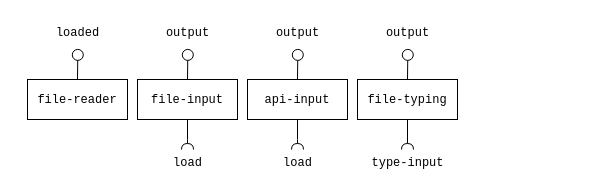
Above: modules/data/images/Data.drawio in mundorum-lab/datasci (draw.io), before the change. Source tidied: cells renumbered, new cells numbered last; positions are measured from the earlier drawing's top-left corner, leaving out a move shared by most shapes. Both pictures are drawn from the tidied source at 100%, with x=0, y=0 at pixel (17, 17).
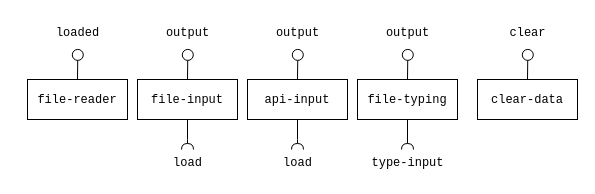
The same diagram, later.

Commit message (it also covers changes not shown here):
docs image clear-data component

The edit, as a diff of the source:
```diff
@@
+    <mxCell id="23" value="&lt;div&gt;&lt;font face=&quot;Courier New&quot;&gt;clear-data&lt;/font&gt;&lt;/div&gt;" style="rounded=0;whiteSpace=wrap;html=1;" parent="1" vertex="1">
+      <mxGeometry x="460" y="62" width="100" height="40" as="geometry" />
+    </mxCell>
+    <mxCell id="24" value="Text" style="text;html=1;strokeColor=none;fillColor=none;align=center;verticalAlign=middle;whiteSpace=wrap;rounded=0;fontColor=none;noLabel=1;" parent="1" vertex="1">
+      <mxGeometry x="450" y="30" width="60" height="30" as="geometry" />
+    </mxCell>
+    <mxCell id="25" style="edgeStyle=orthogonalEdgeStyle;rounded=0;orthogonalLoop=1;jettySize=auto;html=1;exitX=0.5;exitY=0;exitDx=0;exitDy=0;entryX=0.506;entryY=1.181;entryDx=0;entryDy=0;entryPerimeter=0;endArrow=oval;endFill=0;endSize=11;" parent="1" edge="1">
+      <mxGeometry relative="1" as="geometry">
+        <mxPoint x="510" y="62" as="sourcePoint" />
+        <mxPoint x="510.3" y="37.4" as="targetPoint" />
+      </mxGeometry>
+    </mxCell>
+    <mxCell id="26" value="&lt;font face=&quot;Courier New&quot;&gt;clear&lt;/font&gt;" style="text;html=1;align=center;verticalAlign=middle;strokeColor=none;fillColor=none;" parent="1" vertex="1">
+      <mxGeometry x="480" width="60" height="30" as="geometry" />
+    </mxCell>
```
